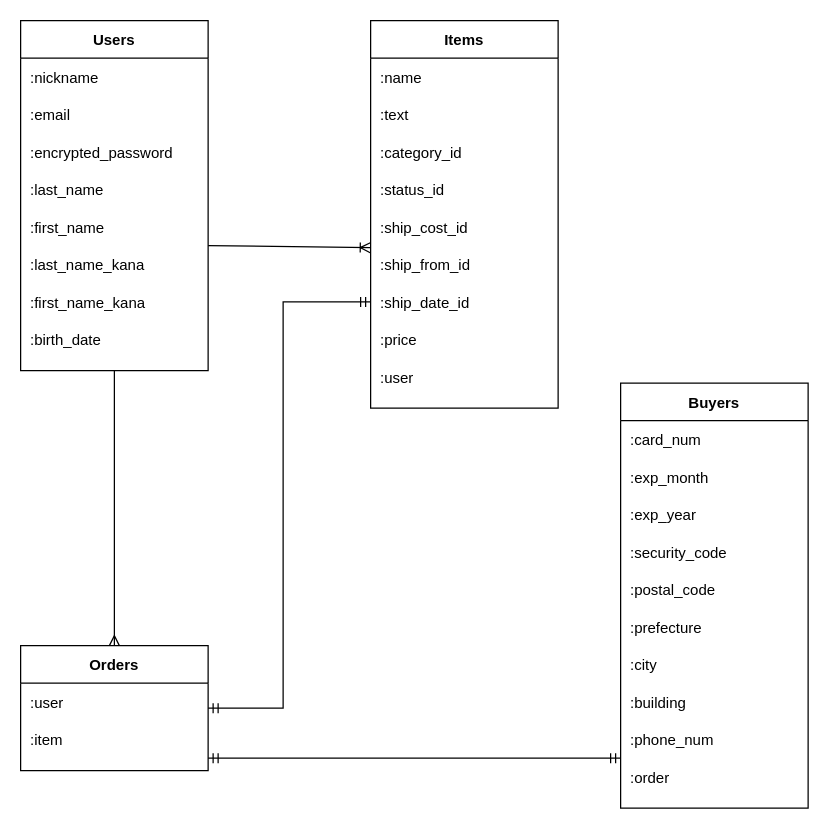
Earlier version of the draw.io diagram DB設計.dio (emisuke0301/furima-35227). Source tidied: cells renumbered, new cells numbered last; positions are measured from the earlier drawing's top-left corner, leaving out a move shared by most shapes. Both pictures are drawn from the tidied source at 125%, with x=0, y=0 at pixel (20, 20).
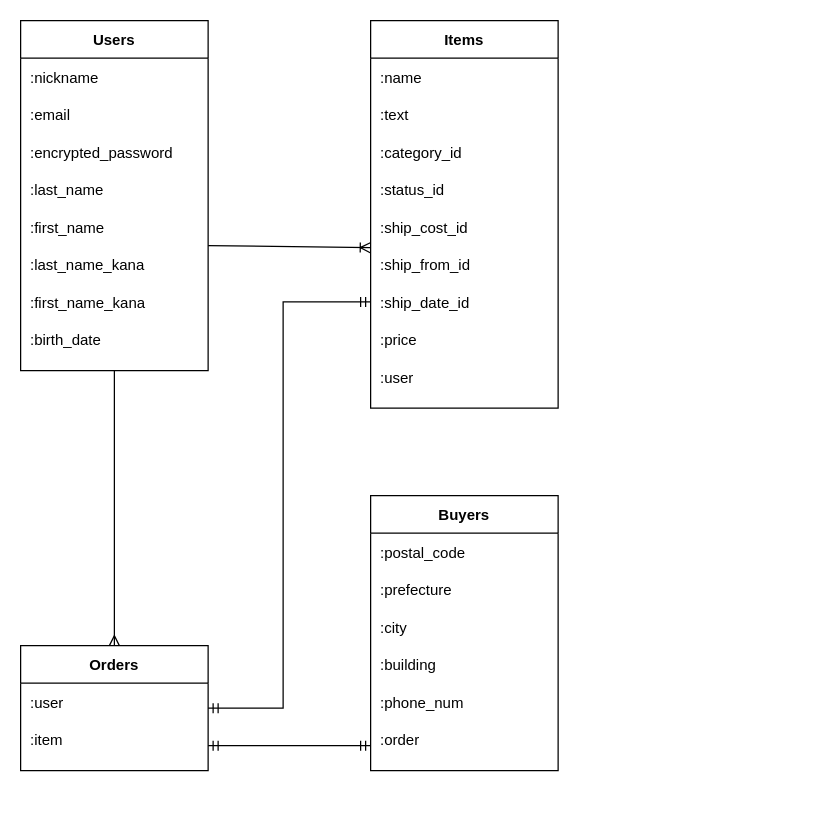
After the change.

Commit message (it also covers changes not shown here):
クレジットカード情報のカラム削除

What changed in the source:
```diff
@@
     <mxCell id="44" value="Buyers" style="shape=table;startSize=30;childLayout=tableLayout;rowLines=0;fontStyle=1;align=center;" parent="1" vertex="1">
-      <mxGeometry x="480" y="290" width="150" height="340" as="geometry" />
+      <mxGeometry x="280" y="380" width="150" height="220" as="geometry" />
     </mxCell>
-    <mxCell id="45" style="shape=partialRectangle;fillColor=none;top=0;left=0;bottom=0;right=0;" parent="44" vertex="1">
-      <mxGeometry y="30" width="150" height="30" as="geometry" />
-    </mxCell>
-    <mxCell id="46" value=":card_num" style="shape=partialRectangle;fillColor=none;top=0;left=0;bottom=0;right=0;align=left;spacingLeft=6;overflow=hidden;" parent="45" vertex="1">
-      <mxGeometry width="150" height="30" as="geometry" />
-    </mxCell>
-    <mxCell id="47" style="shape=partialRectangle;fillColor=none;top=0;left=0;bottom=0;right=0;" parent="44" vertex="1">
-      <mxGeometry y="60" width="150" height="30" as="geometry" />
-    </mxCell>
-    <mxCell id="48" value=":exp_month" style="shape=partialRectangle;fillColor=none;top=0;left=0;bottom=0;right=0;align=left;spacingLeft=6;overflow=hidden;" parent="47" vertex="1">
-      <mxGeometry width="150" height="30" as="geometry" />
-    </mxCell>
-    <mxCell id="49" style="shape=partialRectangle;fillColor=none;top=0;left=0;bottom=0;right=0;" parent="44" vertex="1">
-      <mxGeometry y="90" width="150" height="30" as="geometry" />
-    </mxCell>
-    <mxCell id="50" value=":exp_year" style="shape=partialRectangle;fillColor=none;top=0;left=0;bottom=0;right=0;align=left;spacingLeft=6;overflow=hidden;" parent="49" vertex="1">
-      <mxGeometry width="150" height="30" as="geometry" />
-    </mxCell>
-    <mxCell id="51" style="shape=partialRectangle;fillColor=none;top=0;left=0;bottom=0;right=0;" parent="44" vertex="1">
-      <mxGeometry y="120" width="150" height="30" as="geometry" />
-    </mxCell>
-    <mxCell id="52" value=":security_code" style="shape=partialRectangle;fillColor=none;top=0;left=0;bottom=0;right=0;align=left;spacingLeft=6;overflow=hidden;" parent="51" vertex="1">
-      <mxGeometry width="150" height="30" as="geometry" />
-    </mxCell>
     <mxCell id="53" style="shape=partialRectangle;fillColor=none;top=0;left=0;bottom=0;right=0;" parent="44" vertex="1">
-      <mxGeometry y="150" width="150" height="30" as="geometry" />
+      <mxGeometry y="30" width="150" height="30" as="geometry" />
     </mxCell>
@@
     <mxCell id="55" style="shape=partialRectangle;fillColor=none;top=0;left=0;bottom=0;right=0;" parent="44" vertex="1">
-      <mxGeometry y="180" width="150" height="30" as="geometry" />
+      <mxGeometry y="60" width="150" height="30" as="geometry" />
     </mxCell>
@@
     <mxCell id="57" style="shape=partialRectangle;fillColor=none;top=0;left=0;bottom=0;right=0;" parent="44" vertex="1">
-      <mxGeometry y="210" width="150" height="30" as="geometry" />
+      <mxGeometry y="90" width="150" height="30" as="geometry" />
     </mxCell>
@@
     <mxCell id="59" style="shape=partialRectangle;fillColor=none;top=0;left=0;bottom=0;right=0;" parent="44" vertex="1">
-      <mxGeometry y="240" width="150" height="30" as="geometry" />
+      <mxGeometry y="120" width="150" height="30" as="geometry" />
     </mxCell>
@@
     <mxCell id="61" style="shape=partialRectangle;fillColor=none;top=0;left=0;bottom=0;right=0;" parent="44" vertex="1">
-      <mxGeometry y="270" width="150" height="30" as="geometry" />
+      <mxGeometry y="150" width="150" height="30" as="geometry" />
     </mxCell>
@@
     <mxCell id="63" style="shape=partialRectangle;fillColor=none;top=0;left=0;bottom=0;right=0;" parent="44" vertex="1">
-      <mxGeometry y="300" width="150" height="30" as="geometry" />
+      <mxGeometry y="180" width="150" height="30" as="geometry" />
     </mxCell>
@@
     <mxCell id="65" style="edgeStyle=entityRelationEdgeStyle;fontSize=12;html=1;endArrow=ERmandOne;startArrow=ERmandOne;" parent="1" edge="1">
       <mxGeometry relative="1" as="geometry">
-        <mxPoint x="150" y="590" as="sourcePoint" />
-        <mxPoint x="480" y="590" as="targetPoint" />
+        <mxPoint x="150" y="580" as="sourcePoint" />
+        <mxPoint x="280" y="580" as="targetPoint" />
       </mxGeometry>
     </mxCell>
```
